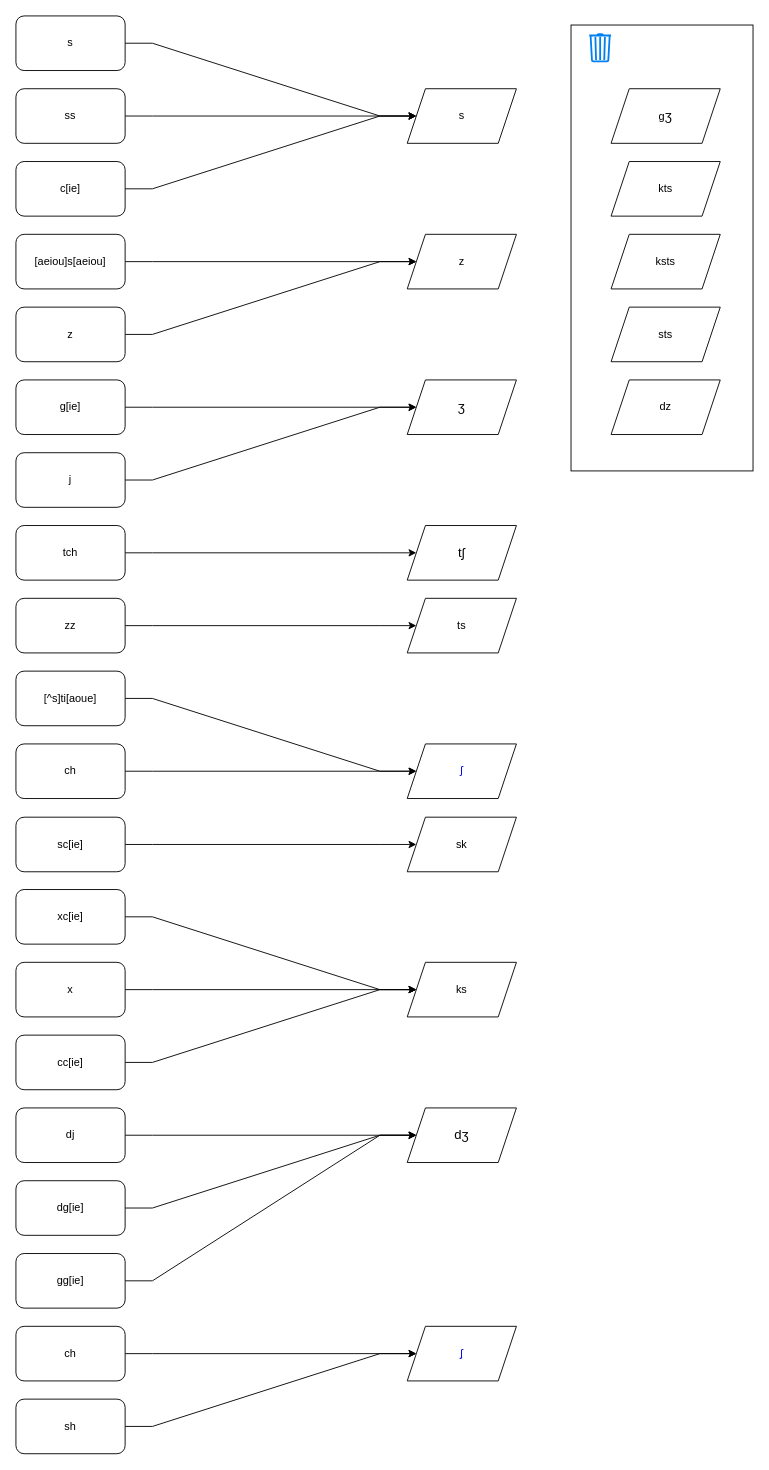
Above: proposed mappings.drawio in medavox/drawio.diagrams (draw.io), before the change. Source tidied: cells renumbered, new cells numbered last; positions are measured from the earlier drawing's top-left corner, leaving out a move shared by most shapes. Both pictures are drawn from the tidied source at 91%, with x=0, y=0 at pixel (15, 15). Pictures stored in the file or linked from it are replaced by grey dashed boxes.
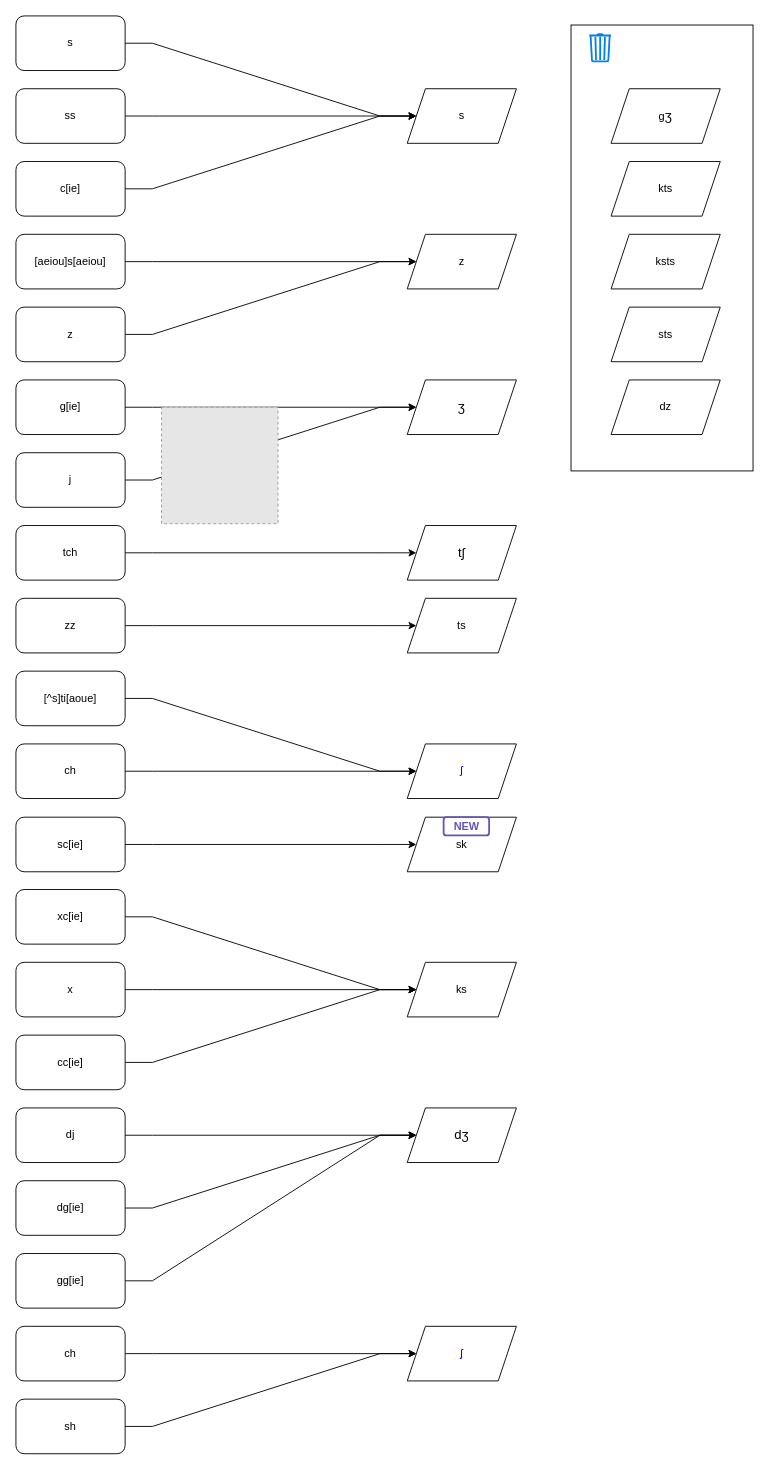
After the change.

Commit message:
add 'new' label to sk sound

What changed in the source:
```diff
@@
+    <mxCell id="59" style="fillColor=#E6E6E6;strokeColor=#999999;dashed=1;html=1;verticalAlign=top;verticalLabelPosition=bottom;labelBackgroundColor=#ffffff;" parent="1" vertex="1">
+      <mxGeometry x="160" y="430" width="128" height="128" as="geometry" />
+    </mxCell>
+    <mxCell id="60" value="NEW" style="dashed=0;html=1;rounded=1;strokeColor=#6554C0;fontSize=12;align=center;fontStyle=1;strokeWidth=2;fontColor=#6554C0;" parent="1" vertex="1">
+      <mxGeometry x="470" y="880.5" width="50" height="20" as="geometry" />
+    </mxCell>
```
